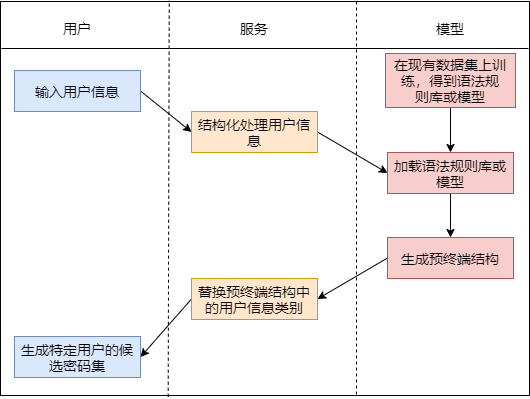
Earlier version of the draw.io export fun2.drawio.png (lakomi/pictures). Source tidied: cells renumbered, new cells last; positions are measured from the earlier drawing's top-left corner, leaving out a move shared by most shapes.
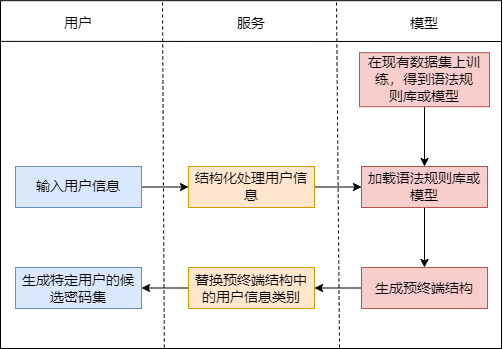
Above is the later version.

Diff of the diagram source:
```diff
@@ -3,70 +3,71 @@
     <mxCell id="0" />
     <mxCell id="1" parent="0" />
     <mxCell id="2" style="rounded=0;whiteSpace=wrap;html=1;fontSize=14;" parent="1" vertex="1">
-      <mxGeometry width="529" height="394" as="geometry" />
+      <mxGeometry x="25" y="199.2" width="501" height="347.8" as="geometry" />
     </mxCell>
     <mxCell id="3" style="rounded=0;jettySize=auto;html=1;exitX=1;exitY=0.5;exitDx=0;exitDy=0;entryX=0;entryY=0.5;entryDx=0;entryDy=0;fontSize=14;" parent="1" edge="1" source="4" target="6">
       <mxGeometry relative="1" as="geometry" />
     </mxCell>
     <mxCell id="4" value="输入用户信息" style="rounded=0;whiteSpace=wrap;html=1;fontSize=14;fillColor=#dae8fc;strokeColor=#6c8ebf;" parent="1" vertex="1">
-      <mxGeometry x="14" y="69" width="126" height="41" as="geometry" />
+      <mxGeometry x="40" y="365" width="126" height="41" as="geometry" />
     </mxCell>
     <mxCell id="5" style="edgeStyle=none;rounded=0;jettySize=auto;html=1;exitX=1;exitY=0.5;exitDx=0;exitDy=0;entryX=0;entryY=0.5;entryDx=0;entryDy=0;fontSize=14;" parent="1" edge="1" source="6" target="8">
       <mxGeometry relative="1" as="geometry" />
     </mxCell>
     <mxCell id="6" value="结构化处理用户信息" style="rounded=0;whiteSpace=wrap;html=1;fontSize=14;fillColor=#ffe6cc;strokeColor=#d79b00;" parent="1" vertex="1">
-      <mxGeometry x="191" y="110" width="126" height="41" as="geometry" />
+      <mxGeometry x="213" y="365" width="126" height="41" as="geometry" />
     </mxCell>
     <mxCell id="7" style="edgeStyle=none;rounded=0;jettySize=auto;html=1;exitX=0.5;exitY=1;exitDx=0;exitDy=0;fontSize=14;" parent="1" edge="1" source="8" target="10">
       <mxGeometry relative="1" as="geometry" />
     </mxCell>
     <mxCell id="8" value="加载语法规则库或模型" style="rounded=0;whiteSpace=wrap;html=1;fontSize=14;fillColor=#f8cecc;strokeColor=#b85450;" parent="1" vertex="1">
-      <mxGeometry x="387" y="151" width="126" height="41" as="geometry" />
+      <mxGeometry x="386" y="365" width="126" height="41" as="geometry" />
     </mxCell>
     <mxCell id="9" style="edgeStyle=none;rounded=0;jettySize=auto;html=1;exitX=0;exitY=0.5;exitDx=0;exitDy=0;entryX=1;entryY=0.5;entryDx=0;entryDy=0;fontSize=14;" parent="1" edge="1" source="10" target="12">
       <mxGeometry relative="1" as="geometry" />
     </mxCell>
     <mxCell id="10" value="生成预终端结构" style="rounded=0;whiteSpace=wrap;html=1;fontSize=14;fillColor=#f8cecc;strokeColor=#b85450;" parent="1" vertex="1">
-      <mxGeometry x="387" y="236" width="126" height="41" as="geometry" />
+      <mxGeometry x="386" y="466" width="126" height="41" as="geometry" />
     </mxCell>
-    <mxCell id="11" style="rounded=0;jettySize=auto;html=1;exitX=0;exitY=0.5;exitDx=0;exitDy=0;entryX=1;entryY=0.5;entryDx=0;entryDy=0;" parent="1" edge="1" source="12" target="13">
+    <mxCell id="11" style="rounded=0;jettySize=auto;html=1;exitX=0;exitY=0.5;exitDx=0;exitDy=0;entryX=1;entryY=0.5;entryDx=0;entryDy=0;fontSize=14;" parent="1" edge="1" source="12" target="13">
       <mxGeometry relative="1" as="geometry" />
     </mxCell>
     <mxCell id="12" value="替换预终端结构中的用户信息类别" style="rounded=0;whiteSpace=wrap;html=1;fontSize=14;fillColor=#ffe6cc;strokeColor=#d79b00;" parent="1" vertex="1">
-      <mxGeometry x="191" y="277" width="126" height="41" as="geometry" />
+      <mxGeometry x="213" y="466" width="126" height="41" as="geometry" />
     </mxCell>
     <mxCell id="13" value="生成特定用户的候选密码集" style="rounded=0;whiteSpace=wrap;html=1;fontSize=14;fillColor=#dae8fc;strokeColor=#6c8ebf;" parent="1" vertex="1">
-      <mxGeometry x="14" y="335" width="126" height="41" as="geometry" />
+      <mxGeometry x="40" y="466" width="126" height="41" as="geometry" />
     </mxCell>
     <mxCell id="14" style="edgeStyle=none;rounded=0;jettySize=auto;html=1;exitX=0.5;exitY=1;exitDx=0;exitDy=0;entryX=0.5;entryY=0;entryDx=0;entryDy=0;fontSize=14;" parent="1" edge="1" source="15" target="8">
       <mxGeometry relative="1" as="geometry" />
     </mxCell>
-    <mxCell id="15" value="在现有数据集上训练，得到语法规&lt;br&gt;则库或模型" style="rounded=0;whiteSpace=wrap;html=1;fontSize=14;fillColor=#f8cecc;strokeColor=#b85450;" parent="1" vertex="1">
-      <mxGeometry x="385" y="52" width="130" height="54" as="geometry" />
+    <mxCell id="15" value="在现有数据集上训练，得到语法规&lt;br style=&quot;font-size: 14px;&quot;&gt;则库或模型" style="rounded=0;whiteSpace=wrap;html=1;fontSize=14;fillColor=#f8cecc;strokeColor=#b85450;" parent="1" vertex="1">
+      <mxGeometry x="384" y="251.2" width="130" height="54" as="geometry" />
     </mxCell>
-    <mxCell id="16" style="endArrow=none;html=1;rounded=0;fontSize=14;" parent="1" edge="1">
+    <mxCell id="16" style="endArrow=none;html=1;rounded=0;fontSize=14;exitX=0;exitY=0.117;exitDx=0;exitDy=0;exitPerimeter=0;" parent="1" edge="1" source="2">
       <mxGeometry relative="1" as="geometry">
-        <mxPoint x="1" y="47" as="sourcePoint" />
-        <mxPoint x="528" y="47" as="targetPoint" />
+        <mxPoint x="526" y="240" as="targetPoint" />
       </mxGeometry>
     </mxCell>
-    <mxCell id="17" style="endArrow=none;dashed=1;html=1;rounded=0;exitX=0.317;exitY=1.003;exitDx=0;exitDy=0;entryX=0.319;entryY=-0.003;entryDx=0;entryDy=0;exitPerimeter=0;entryPerimeter=0;fontSize=14;" parent="1" edge="1" source="2" target="2">
-      <mxGeometry relative="1" as="geometry" />
-    </mxCell>
-    <mxCell id="18" style="endArrow=none;dashed=1;html=1;rounded=0;fontSize=14;" parent="1" edge="1">
-      <mxGeometry relative="1" as="geometry">
-        <mxPoint x="356" y="393" as="sourcePoint" />
-        <mxPoint x="356" as="targetPoint" />
-      </mxGeometry>
-    </mxCell>
     <mxCell id="19" value="用户" style="text;html=1;strokeColor=none;fillColor=none;align=center;verticalAlign=middle;whiteSpace=wrap;rounded=0;fontSize=14;" parent="1" vertex="1">
-      <mxGeometry x="47" y="12" width="60" height="30" as="geometry" />
+      <mxGeometry x="73" y="207" width="60" height="30" as="geometry" />
     </mxCell>
     <mxCell id="20" value="服务" style="text;html=1;strokeColor=none;fillColor=none;align=center;verticalAlign=middle;whiteSpace=wrap;rounded=0;fontSize=14;" parent="1" vertex="1">
-      <mxGeometry x="224" y="12" width="60" height="30" as="geometry" />
+      <mxGeometry x="246" y="207" width="60" height="30" as="geometry" />
     </mxCell>
     <mxCell id="21" value="模型" style="text;html=1;strokeColor=none;fillColor=none;align=center;verticalAlign=middle;whiteSpace=wrap;rounded=0;fontSize=14;" parent="1" vertex="1">
-      <mxGeometry x="420" y="12" width="60" height="30" as="geometry" />
+      <mxGeometry x="419" y="207" width="60" height="30" as="geometry" />
     </mxCell>
+    <mxCell id="22" style="endArrow=none;dashed=1;html=1;rounded=0;fontSize=14;exitX=0.327;exitY=0.997;exitDx=0;exitDy=0;exitPerimeter=0;" parent="1" edge="1" source="2">
+      <mxGeometry relative="1" as="geometry">
+        <mxPoint x="187" y="199.2" as="targetPoint" />
+      </mxGeometry>
+    </mxCell>
+    <mxCell id="23" style="endArrow=none;dashed=1;html=1;rounded=0;fontSize=14;" parent="1" edge="1">
+      <mxGeometry relative="1" as="geometry">
+        <mxPoint x="364" y="546" as="sourcePoint" />
+        <mxPoint x="361" y="200.2" as="targetPoint" />
+      </mxGeometry>
+    </mxCell>
   </root>
 </mxGraphModel>
```
